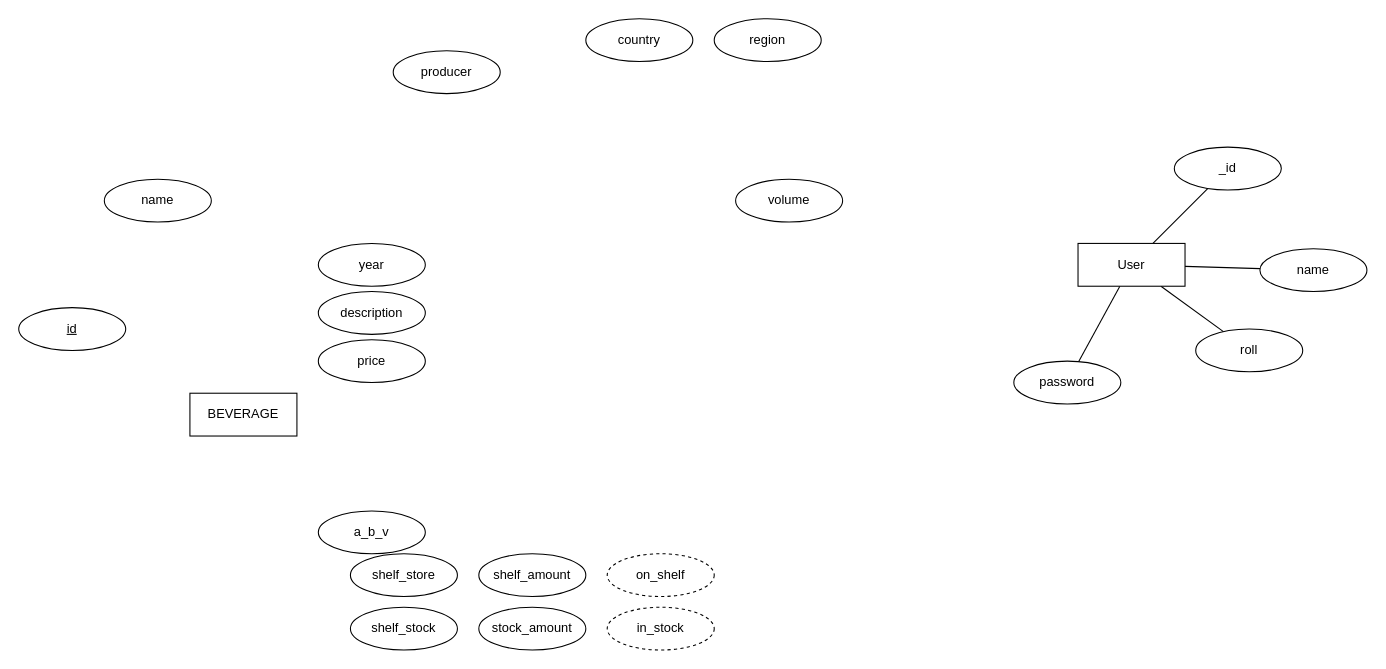
Above: ER.drawio in moaberglund/fullstack-project (draw.io), before the change. Source tidied: cells renumbered, new cells numbered last; positions are measured from the earlier drawing's top-left corner, leaving out a move shared by most shapes. Both pictures are drawn from the tidied source at 107%, with x=0, y=0 at pixel (18, 18).
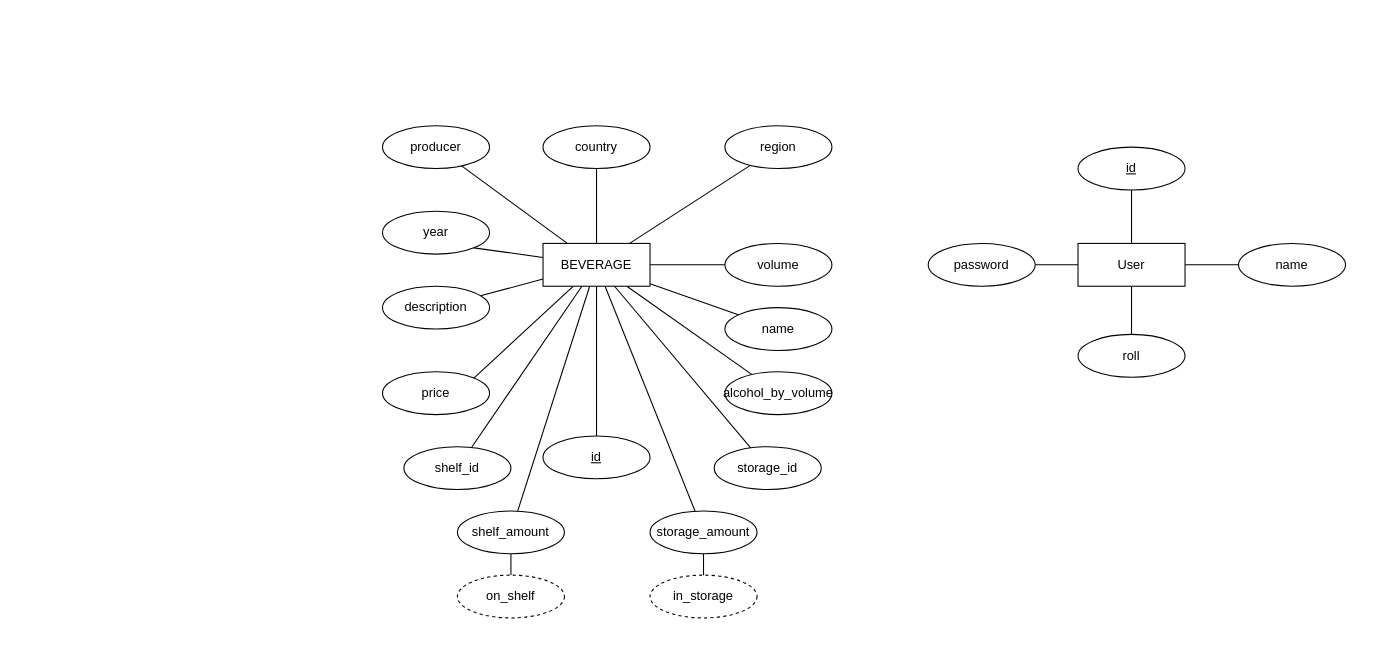
Above is the later version.

The edit, as a diff of the source:
```diff
@@
-    <mxCell id="2" value="in_stock" style="ellipse;whiteSpace=wrap;html=1;align=center;dashed=1;" parent="1" vertex="1">
-      <mxGeometry x="550" y="550" width="100" height="40" as="geometry" />
+    <mxCell id="2" value="in_storage" style="ellipse;whiteSpace=wrap;html=1;align=center;dashed=1;" parent="1" vertex="1">
+      <mxGeometry x="590" y="520" width="100" height="40" as="geometry" />
     </mxCell>
+    <mxCell id="28" style="edgeStyle=none;html=1;endArrow=none;endFill=0;" parent="1" edge="1" source="3" target="17">
+      <mxGeometry relative="1" as="geometry" />
+    </mxCell>
+    <mxCell id="29" style="edgeStyle=none;html=1;endArrow=none;endFill=0;" parent="1" edge="1" source="3" target="4">
+      <mxGeometry relative="1" as="geometry" />
+    </mxCell>
+    <mxCell id="30" style="edgeStyle=none;html=1;endArrow=none;endFill=0;" parent="1" edge="1" source="3" target="21">
+      <mxGeometry relative="1" as="geometry" />
+    </mxCell>
+    <mxCell id="31" style="edgeStyle=none;html=1;endArrow=none;endFill=0;" parent="1" edge="1" source="3" target="16">
+      <mxGeometry relative="1" as="geometry" />
+    </mxCell>
+    <mxCell id="32" style="edgeStyle=none;html=1;endArrow=none;endFill=0;" parent="1" edge="1" source="3" target="14">
+      <mxGeometry relative="1" as="geometry" />
+    </mxCell>
+    <mxCell id="33" style="edgeStyle=none;html=1;endArrow=none;endFill=0;" parent="1" edge="1" source="3" target="12">
+      <mxGeometry relative="1" as="geometry" />
+    </mxCell>
+    <mxCell id="34" style="edgeStyle=none;html=1;entryX=1;entryY=1;entryDx=0;entryDy=0;endArrow=none;endFill=0;" parent="1" edge="1" source="3" target="24">
+      <mxGeometry relative="1" as="geometry" />
+    </mxCell>
+    <mxCell id="35" style="edgeStyle=none;html=1;endArrow=none;endFill=0;" parent="1" edge="1" source="3" target="22">
+      <mxGeometry relative="1" as="geometry" />
+    </mxCell>
+    <mxCell id="36" style="edgeStyle=none;html=1;entryX=1;entryY=0;entryDx=0;entryDy=0;endArrow=none;endFill=0;" parent="1" edge="1" source="3" target="19">
+      <mxGeometry relative="1" as="geometry" />
+    </mxCell>
+    <mxCell id="37" style="edgeStyle=none;html=1;endArrow=none;endFill=0;" parent="1" edge="1" source="3" target="20">
+      <mxGeometry relative="1" as="geometry" />
+    </mxCell>
     <mxCell id="3" value="BEVERAGE" style="whiteSpace=wrap;html=1;align=center;" parent="1" vertex="1">
-      <mxGeometry x="160" y="350" width="100" height="40" as="geometry" />
+      <mxGeometry x="490" y="210" width="100" height="40" as="geometry" />
     </mxCell>
     <mxCell id="4" value="name" style="ellipse;whiteSpace=wrap;html=1;align=center;" parent="1" vertex="1">
-      <mxGeometry x="80" y="150" width="100" height="40" as="geometry" />
+      <mxGeometry x="660" y="270" width="100" height="40" as="geometry" />
     </mxCell>
@@
-    <mxCell id="10" value="_id" style="ellipse;whiteSpace=wrap;html=1;align=center;" parent="1" vertex="1">
-      <mxGeometry x="1080" y="120" width="100" height="40" as="geometry" />
+    <mxCell id="10" value="&lt;u&gt;id&lt;/u&gt;" style="ellipse;whiteSpace=wrap;html=1;align=center;" parent="1" vertex="1">
+      <mxGeometry x="990" y="120" width="100" height="40" as="geometry" />
     </mxCell>
     <mxCell id="11" value="name" style="ellipse;whiteSpace=wrap;html=1;align=center;" parent="1" vertex="1">
-      <mxGeometry x="1160" y="215" width="100" height="40" as="geometry" />
+      <mxGeometry x="1140" y="210" width="100" height="40" as="geometry" />
     </mxCell>
     <mxCell id="12" value="producer" style="ellipse;whiteSpace=wrap;html=1;align=center;" parent="1" vertex="1">
-      <mxGeometry x="350" y="30" width="100" height="40" as="geometry" />
+      <mxGeometry x="340" y="100" width="100" height="40" as="geometry" />
     </mxCell>
     <mxCell id="13" value="roll" style="ellipse;whiteSpace=wrap;html=1;align=center;" parent="1" vertex="1">
-      <mxGeometry x="1100" y="290" width="100" height="40" as="geometry" />
+      <mxGeometry x="990" y="295" width="100" height="40" as="geometry" />
     </mxCell>
     <mxCell id="14" value="country" style="ellipse;whiteSpace=wrap;html=1;align=center;" parent="1" vertex="1">
-      <mxGeometry x="530" width="100" height="40" as="geometry" />
+      <mxGeometry x="490" y="100" width="100" height="40" as="geometry" />
     </mxCell>
     <mxCell id="15" value="password" style="ellipse;whiteSpace=wrap;html=1;align=center;" parent="1" vertex="1">
-      <mxGeometry x="930" y="320" width="100" height="40" as="geometry" />
+      <mxGeometry x="850" y="210" width="100" height="40" as="geometry" />
     </mxCell>
     <mxCell id="16" value="region" style="ellipse;whiteSpace=wrap;html=1;align=center;" parent="1" vertex="1">
-      <mxGeometry x="650" width="100" height="40" as="geometry" />
+      <mxGeometry x="660" y="100" width="100" height="40" as="geometry" />
     </mxCell>
     <mxCell id="17" value="id" style="ellipse;whiteSpace=wrap;html=1;align=center;fontStyle=4;" parent="1" vertex="1">
-      <mxGeometry y="270" width="100" height="40" as="geometry" />
+      <mxGeometry x="490" y="390" width="100" height="40" as="geometry" />
     </mxCell>
+    <mxCell id="38" style="edgeStyle=none;html=1;endArrow=none;endFill=0;" parent="1" edge="1" source="18" target="3">
+      <mxGeometry relative="1" as="geometry" />
+    </mxCell>
+    <mxCell id="39" style="edgeStyle=none;html=1;endArrow=none;endFill=0;" parent="1" edge="1" source="18" target="2">
+      <mxGeometry relative="1" as="geometry" />
+    </mxCell>
-    <mxCell id="18" value="stock_amount" style="ellipse;whiteSpace=wrap;html=1;align=center;" parent="1" vertex="1">
-      <mxGeometry x="430" y="550" width="100" height="40" as="geometry" />
+    <mxCell id="18" value="storage_amount" style="ellipse;whiteSpace=wrap;html=1;align=center;" parent="1" vertex="1">
+      <mxGeometry x="590" y="460" width="100" height="40" as="geometry" />
     </mxCell>
     <mxCell id="19" value="price" style="ellipse;whiteSpace=wrap;html=1;align=center;" parent="1" vertex="1">
-      <mxGeometry x="280" y="300" width="100" height="40" as="geometry" />
+      <mxGeometry x="340" y="330" width="100" height="40" as="geometry" />
     </mxCell>
-    <mxCell id="20" value="a_b_v" style="ellipse;whiteSpace=wrap;html=1;align=center;" parent="1" vertex="1">
-      <mxGeometry x="280" y="460" width="100" height="40" as="geometry" />
+    <mxCell id="20" value="alcohol_by_volume" style="ellipse;whiteSpace=wrap;html=1;align=center;" parent="1" vertex="1">
+      <mxGeometry x="660" y="330" width="100" height="40" as="geometry" />
     </mxCell>
     <mxCell id="21" value="volume" style="ellipse;whiteSpace=wrap;html=1;align=center;" parent="1" vertex="1">
-      <mxGeometry x="670" y="150" width="100" height="40" as="geometry" />
+      <mxGeometry x="660" y="210" width="100" height="40" as="geometry" />
     </mxCell>
     <mxCell id="22" value="description" style="ellipse;whiteSpace=wrap;html=1;align=center;" parent="1" vertex="1">
-      <mxGeometry x="280" y="255" width="100" height="40" as="geometry" />
+      <mxGeometry x="340" y="250" width="100" height="40" as="geometry" />
     </mxCell>
+    <mxCell id="40" style="edgeStyle=none;html=1;endArrow=none;endFill=0;" parent="1" edge="1" source="23" target="3">
+      <mxGeometry relative="1" as="geometry" />
+    </mxCell>
-    <mxCell id="23" value="shelf_store" style="ellipse;whiteSpace=wrap;html=1;align=center;" parent="1" vertex="1">
-      <mxGeometry x="310" y="500" width="100" height="40" as="geometry" />
+    <mxCell id="23" value="shelf_id" style="ellipse;whiteSpace=wrap;html=1;align=center;" parent="1" vertex="1">
+      <mxGeometry x="360" y="400" width="100" height="40" as="geometry" />
     </mxCell>
     <mxCell id="24" value="year" style="ellipse;whiteSpace=wrap;html=1;align=center;" parent="1" vertex="1">
-      <mxGeometry x="280" y="210" width="100" height="40" as="geometry" />
+      <mxGeometry x="340" y="180" width="100" height="40" as="geometry" />
     </mxCell>
+    <mxCell id="41" style="edgeStyle=none;html=1;endArrow=none;endFill=0;" parent="1" edge="1" source="25" target="3">
+      <mxGeometry relative="1" as="geometry" />
+    </mxCell>
-    <mxCell id="25" value="shelf_stock" style="ellipse;whiteSpace=wrap;html=1;align=center;" parent="1" vertex="1">
-      <mxGeometry x="310" y="550" width="100" height="40" as="geometry" />
+    <mxCell id="25" value="storage_id" style="ellipse;whiteSpace=wrap;html=1;align=center;" parent="1" vertex="1">
+      <mxGeometry x="650" y="400" width="100" height="40" as="geometry" />
     </mxCell>
+    <mxCell id="42" style="edgeStyle=none;html=1;endArrow=none;endFill=0;" parent="1" edge="1" source="26" target="3">
+      <mxGeometry relative="1" as="geometry" />
+    </mxCell>
+    <mxCell id="43" style="edgeStyle=none;html=1;endArrow=none;endFill=0;" parent="1" edge="1" source="26" target="27">
+      <mxGeometry relative="1" as="geometry" />
+    </mxCell>
     <mxCell id="26" value="shelf_amount" style="ellipse;whiteSpace=wrap;html=1;align=center;" parent="1" vertex="1">
-      <mxGeometry x="430" y="500" width="100" height="40" as="geometry" />
+      <mxGeometry x="410" y="460" width="100" height="40" as="geometry" />
     </mxCell>
     <mxCell id="27" value="on_shelf" style="ellipse;whiteSpace=wrap;html=1;align=center;dashed=1;" parent="1" vertex="1">
-      <mxGeometry x="550" y="500" width="100" height="40" as="geometry" />
+      <mxGeometry x="410" y="520" width="100" height="40" as="geometry" />
     </mxCell>
```
